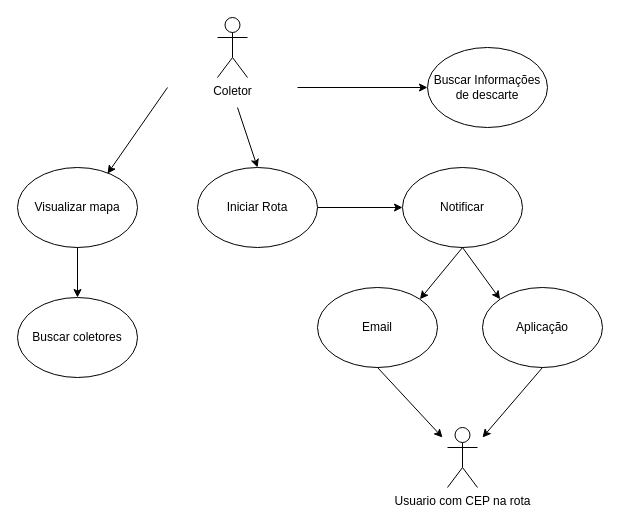
Before: caso de uso - Coletor.drawio in DescarTec/descartec-tcc, a draw.io diagram. Source tidied: cells renumbered, new cells numbered last; positions are measured from the earlier drawing's top-left corner, leaving out a move shared by most shapes. Both pictures are drawn from the tidied source at 100%, with x=0, y=0 at pixel (17, 17).
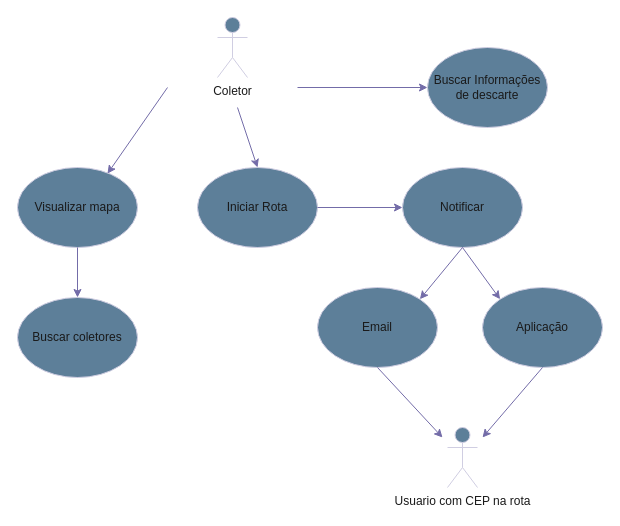
After the change.

Change to the diagram source:
```diff
@@
-    <mxCell id="2" value="Coletor" style="shape=umlActor;verticalLabelPosition=bottom;verticalAlign=top;html=1;labelBackgroundColor=none;" parent="1" vertex="1">
+    <mxCell id="2" value="Coletor" style="shape=umlActor;verticalLabelPosition=bottom;verticalAlign=top;html=1;labelBackgroundColor=none;fillColor=#5D7F99;strokeColor=#D0CEE2;fontColor=#1A1A1A;" parent="1" vertex="1">
       <mxGeometry x="200" width="30" height="60" as="geometry" />
     </mxCell>
-    <mxCell id="3" value="Visualizar mapa" style="ellipse;whiteSpace=wrap;html=1;labelBackgroundColor=none;" parent="1" vertex="1">
+    <mxCell id="3" value="Visualizar mapa" style="ellipse;whiteSpace=wrap;html=1;labelBackgroundColor=none;fillColor=#5D7F99;strokeColor=#D0CEE2;fontColor=#1A1A1A;" parent="1" vertex="1">
       <mxGeometry y="150" width="120" height="80" as="geometry" />
     </mxCell>
-    <mxCell id="4" style="endArrow=classic;html=1;rounded=0;entryX=0.75;entryY=0.077;entryDx=0;entryDy=0;entryPerimeter=0;labelBackgroundColor=none;fontColor=default;" parent="1" edge="1" target="3">
+    <mxCell id="4" style="endArrow=classic;html=1;rounded=0;entryX=0.75;entryY=0.077;entryDx=0;entryDy=0;entryPerimeter=0;labelBackgroundColor=none;fontColor=default;strokeColor=#736CA8;" parent="1" edge="1" target="3">
       <mxGeometry relative="1" as="geometry">
         <mxPoint x="150" y="70" as="sourcePoint" />
       </mxGeometry>
     </mxCell>
-    <mxCell id="5" style="endArrow=classic;html=1;rounded=0;exitX=0.5;exitY=1;exitDx=0;exitDy=0;labelBackgroundColor=none;fontColor=default;" parent="1" edge="1" source="3" target="6">
+    <mxCell id="5" style="endArrow=classic;html=1;rounded=0;exitX=0.5;exitY=1;exitDx=0;exitDy=0;labelBackgroundColor=none;fontColor=default;strokeColor=#736CA8;" parent="1" edge="1" source="3" target="6">
       <mxGeometry relative="1" as="geometry" />
     </mxCell>
-    <mxCell id="6" value="Buscar coletores" style="ellipse;whiteSpace=wrap;html=1;labelBackgroundColor=none;" parent="1" vertex="1">
+    <mxCell id="6" value="Buscar coletores" style="ellipse;whiteSpace=wrap;html=1;labelBackgroundColor=none;fillColor=#5D7F99;strokeColor=#D0CEE2;fontColor=#1A1A1A;" parent="1" vertex="1">
       <mxGeometry y="280" width="120" height="80" as="geometry" />
     </mxCell>
-    <mxCell id="7" style="endArrow=classic;html=1;rounded=0;labelBackgroundColor=none;fontColor=default;" parent="1" edge="1" target="8">
+    <mxCell id="7" style="endArrow=classic;html=1;rounded=0;labelBackgroundColor=none;fontColor=default;strokeColor=#736CA8;" parent="1" edge="1" target="8">
       <mxGeometry relative="1" as="geometry">
         <mxPoint x="280" y="70" as="sourcePoint" />
       </mxGeometry>
     </mxCell>
-    <mxCell id="8" value="&lt;div&gt;Buscar Informações&lt;/div&gt;&lt;div&gt;de descarte&lt;br&gt;&lt;/div&gt;" style="ellipse;whiteSpace=wrap;html=1;labelBackgroundColor=none;" parent="1" vertex="1">
+    <mxCell id="8" value="&lt;div&gt;Buscar Informações&lt;/div&gt;&lt;div&gt;de descarte&lt;br&gt;&lt;/div&gt;" style="ellipse;whiteSpace=wrap;html=1;labelBackgroundColor=none;fillColor=#5D7F99;strokeColor=#D0CEE2;fontColor=#1A1A1A;" parent="1" vertex="1">
       <mxGeometry x="410" y="30" width="120" height="80" as="geometry" />
     </mxCell>
-    <mxCell id="9" style="endArrow=classic;html=1;rounded=0;entryX=0.5;entryY=0;entryDx=0;entryDy=0;labelBackgroundColor=none;fontColor=default;" parent="1" edge="1" target="10">
+    <mxCell id="9" style="endArrow=classic;html=1;rounded=0;entryX=0.5;entryY=0;entryDx=0;entryDy=0;labelBackgroundColor=none;fontColor=default;strokeColor=#736CA8;" parent="1" edge="1" target="10">
       <mxGeometry relative="1" as="geometry">
         <mxPoint x="220" y="90" as="sourcePoint" />
       </mxGeometry>
     </mxCell>
-    <mxCell id="10" value="Iniciar Rota" style="ellipse;whiteSpace=wrap;html=1;labelBackgroundColor=none;" parent="1" vertex="1">
+    <mxCell id="10" value="Iniciar Rota" style="ellipse;whiteSpace=wrap;html=1;labelBackgroundColor=none;fillColor=#5D7F99;strokeColor=#D0CEE2;fontColor=#1A1A1A;" parent="1" vertex="1">
       <mxGeometry x="180" y="150" width="120" height="80" as="geometry" />
     </mxCell>
-    <mxCell id="11" value="Notificar" style="ellipse;whiteSpace=wrap;html=1;" parent="1" vertex="1">
+    <mxCell id="11" value="Notificar" style="ellipse;whiteSpace=wrap;html=1;labelBackgroundColor=none;fillColor=#5D7F99;strokeColor=#D0CEE2;fontColor=#1A1A1A;" parent="1" vertex="1">
       <mxGeometry x="385" y="150" width="120" height="80" as="geometry" />
     </mxCell>
-    <mxCell id="12" style="endArrow=classic;html=1;rounded=0;exitX=1;exitY=0.5;exitDx=0;exitDy=0;entryX=0;entryY=0.5;entryDx=0;entryDy=0;" parent="1" edge="1" source="10" target="11">
+    <mxCell id="12" style="endArrow=classic;html=1;rounded=0;exitX=1;exitY=0.5;exitDx=0;exitDy=0;entryX=0;entryY=0.5;entryDx=0;entryDy=0;labelBackgroundColor=none;strokeColor=#736CA8;fontColor=default;" parent="1" edge="1" source="10" target="11">
       <mxGeometry relative="1" as="geometry" />
     </mxCell>
-    <mxCell id="13" value="Email" style="ellipse;whiteSpace=wrap;html=1;" parent="1" vertex="1">
+    <mxCell id="13" value="Email" style="ellipse;whiteSpace=wrap;html=1;labelBackgroundColor=none;fillColor=#5D7F99;strokeColor=#D0CEE2;fontColor=#1A1A1A;" parent="1" vertex="1">
       <mxGeometry x="300" y="270" width="120" height="80" as="geometry" />
     </mxCell>
-    <mxCell id="14" value="Aplicação" style="ellipse;whiteSpace=wrap;html=1;" parent="1" vertex="1">
+    <mxCell id="14" value="Aplicação" style="ellipse;whiteSpace=wrap;html=1;labelBackgroundColor=none;fillColor=#5D7F99;strokeColor=#D0CEE2;fontColor=#1A1A1A;" parent="1" vertex="1">
       <mxGeometry x="465" y="270" width="120" height="80" as="geometry" />
     </mxCell>
-    <mxCell id="15" style="endArrow=classic;html=1;rounded=0;entryX=1;entryY=0;entryDx=0;entryDy=0;exitX=0.5;exitY=1;exitDx=0;exitDy=0;" parent="1" edge="1" source="11" target="13">
+    <mxCell id="15" style="endArrow=classic;html=1;rounded=0;entryX=1;entryY=0;entryDx=0;entryDy=0;exitX=0.5;exitY=1;exitDx=0;exitDy=0;labelBackgroundColor=none;strokeColor=#736CA8;fontColor=default;" parent="1" edge="1" source="11" target="13">
       <mxGeometry relative="1" as="geometry" />
     </mxCell>
-    <mxCell id="16" style="endArrow=classic;html=1;rounded=0;exitX=0.5;exitY=1;exitDx=0;exitDy=0;entryX=0;entryY=0;entryDx=0;entryDy=0;" parent="1" edge="1" source="11" target="14">
+    <mxCell id="16" style="endArrow=classic;html=1;rounded=0;exitX=0.5;exitY=1;exitDx=0;exitDy=0;entryX=0;entryY=0;entryDx=0;entryDy=0;labelBackgroundColor=none;strokeColor=#736CA8;fontColor=default;" parent="1" edge="1" source="11" target="14">
       <mxGeometry relative="1" as="geometry" />
     </mxCell>
-    <mxCell id="17" value="Usuario com CEP na rota" style="shape=umlActor;verticalLabelPosition=bottom;verticalAlign=top;html=1;" parent="1" vertex="1">
+    <mxCell id="17" value="Usuario com CEP na rota" style="shape=umlActor;verticalLabelPosition=bottom;verticalAlign=top;html=1;labelBackgroundColor=none;fillColor=#5D7F99;strokeColor=#D0CEE2;fontColor=#1A1A1A;" parent="1" vertex="1">
       <mxGeometry x="430" y="410" width="30" height="60" as="geometry" />
     </mxCell>
-    <mxCell id="18" style="endArrow=classic;html=1;rounded=0;exitX=0.5;exitY=1;exitDx=0;exitDy=0;" parent="1" edge="1" source="13">
+    <mxCell id="18" style="endArrow=classic;html=1;rounded=0;exitX=0.5;exitY=1;exitDx=0;exitDy=0;labelBackgroundColor=none;strokeColor=#736CA8;fontColor=default;" parent="1" edge="1" source="13">
       <mxGeometry relative="1" as="geometry">
         <mxPoint x="425" y="420" as="targetPoint" />
       </mxGeometry>
     </mxCell>
-    <mxCell id="19" style="endArrow=classic;html=1;rounded=0;exitX=0.5;exitY=1;exitDx=0;exitDy=0;" parent="1" edge="1" source="14">
+    <mxCell id="19" style="endArrow=classic;html=1;rounded=0;exitX=0.5;exitY=1;exitDx=0;exitDy=0;labelBackgroundColor=none;strokeColor=#736CA8;fontColor=default;" parent="1" edge="1" source="14">
       <mxGeometry relative="1" as="geometry">
         <mxPoint x="465" y="420" as="targetPoint" />
       </mxGeometry>
     </mxCell>
```
